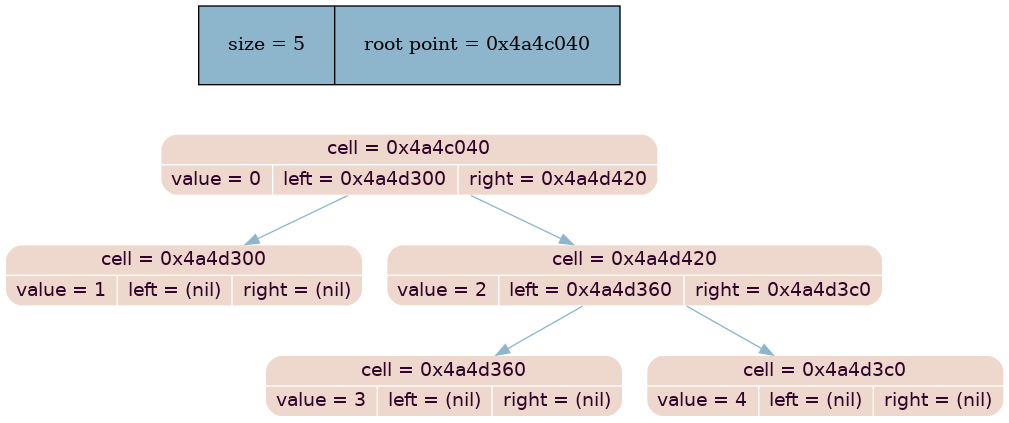
Above: dump_info/tree_dump.png in MaxGroshev/differentiator (Graphviz), before the change. Its source is kept beside it as dump_info/tree_dump.dot. Its diagram source:
```dot
digraph
{
rankdir = ""
splines = "true"

node_stat [margin = "0.3*0.3", style = "filled", shape = "record", fillcolor = "#8DB6CD" label = " size = 5 | root point = 0x4a4c040"]
{rank = source; node_stat}

node0x4a4c040 [shape = "Mrecord", fillcolor = "#eed8cd", style = "filled", fontcolor = "#31032A", fontname = "Calibri", color = "white", label = "{cell = 0x4a4c040\n | {value = 0 |left = 0x4a4d300 |right = 0x4a4d420}}"]
node0x4a4c040 -> node0x4a4d300 [color = "#8DB6CD", style = "", constraint = true, fillcolor = "#8DB6CD",   fontcolor = "", fontname = "Calibri", label = ""];
node0x4a4d300 [shape = "Mrecord", fillcolor = "#eed8cd", style = "filled", fontcolor = "#31032A", fontname = "Calibri", color = "white", label = "{cell = 0x4a4d300\n | {value = 1 |left = (nil) |right = (nil)}}"]
node0x4a4c040 -> node0x4a4d420 [color = "#8DB6CD", style = "", constraint = true, fillcolor = "#8DB6CD",   fontcolor = "", fontname = "Calibri", label = ""];
node0x4a4d420 [shape = "Mrecord", fillcolor = "#eed8cd", style = "filled", fontcolor = "#31032A", fontname = "Calibri", color = "white", label = "{cell = 0x4a4d420\n | {value = 2 |left = 0x4a4d360 |right = 0x4a4d3c0}}"]
node0x4a4d420 -> node0x4a4d360 [color = "#8DB6CD", style = "", constraint = true, fillcolor = "#8DB6CD",   fontcolor = "", fontname = "Calibri", label = ""];
node0x4a4d360 [shape = "Mrecord", fillcolor = "#eed8cd", style = "filled", fontcolor = "#31032A", fontname = "Calibri", color = "white", label = "{cell = 0x4a4d360\n | {value = 3 |left = (nil) |right = (nil)}}"]
node0x4a4d420 -> node0x4a4d3c0 [color = "#8DB6CD", style = "", constraint = true, fillcolor = "#8DB6CD",   fontcolor = "", fontname = "Calibri", label = ""];
node0x4a4d3c0 [shape = "Mrecord", fillcolor = "#eed8cd", style = "filled", fontcolor = "#31032A", fontname = "Calibri", color = "white", label = "{cell = 0x4a4d3c0\n | {value = 4 |left = (nil) |right = (nil)}}"]
}
```
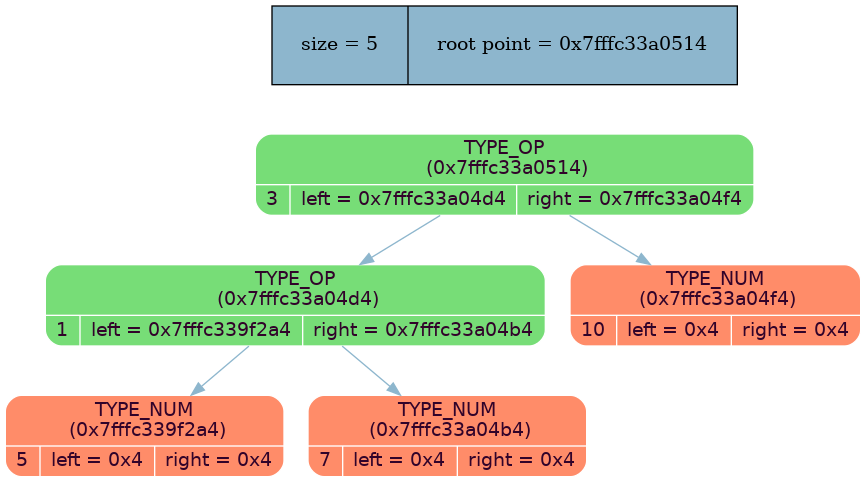
After the change.

Commit message:
preorder writing of tree

The edit, as a diff of the source:
```diff
@@ -3,16 +3,16 @@
 rankdir = ""
 splines = "true"
 
-node_stat [margin = "0.3*0.3", style = "filled", shape = "record", fillcolor = "#8DB6CD" label = " size = 5 | root point = 0x4a4c040"]
+node_stat [margin = "0.3*0.3", style = "filled", shape = "record", fillcolor = "#8DB6CD" label = " size = 5 | root point = 0x7ffff631d514"]
 {rank = source; node_stat}
 
-node0x4a4c040 [shape = "Mrecord", fillcolor = "#eed8cd", style = "filled", fontcolor = "#31032A", fontname = "Calibri", color = "white", label = "{cell = 0x4a4c040\n | {value = 0 |left = 0x4a4d300 |right = 0x4a4d420}}"]
-node0x4a4c040 -> node0x4a4d300 [color = "#8DB6CD", style = "", constraint = true, fillcolor = "#8DB6CD",   fontcolor = "", fontname = "Calibri", label = ""];
-node0x4a4d300 [shape = "Mrecord", fillcolor = "#eed8cd", style = "filled", fontcolor = "#31032A", fontname = "Calibri", color = "white", label = "{cell = 0x4a4d300\n | {value = 1 |left = (nil) |right = (nil)}}"]
-node0x4a4c040 -> node0x4a4d420 [color = "#8DB6CD", style = "", constraint = true, fillcolor = "#8DB6CD",   fontcolor = "", fontname = "Calibri", label = ""];
-node0x4a4d420 [shape = "Mrecord", fillcolor = "#eed8cd", style = "filled", fontcolor = "#31032A", fontname = "Calibri", color = "white", label = "{cell = 0x4a4d420\n | {value = 2 |left = 0x4a4d360 |right = 0x4a4d3c0}}"]
-node0x4a4d420 -> node0x4a4d360 [color = "#8DB6CD", style = "", constraint = true, fillcolor = "#8DB6CD",   fontcolor = "", fontname = "Calibri", label = ""];
-node0x4a4d360 [shape = "Mrecord", fillcolor = "#eed8cd", style = "filled", fontcolor = "#31032A", fontname = "Calibri", color = "white", label = "{cell = 0x4a4d360\n | {value = 3 |left = (nil) |right = (nil)}}"]
-node0x4a4d420 -> node0x4a4d3c0 [color = "#8DB6CD", style = "", constraint = true, fillcolor = "#8DB6CD",   fontcolor = "", fontname = "Calibri", label = ""];
-node0x4a4d3c0 [shape = "Mrecord", fillcolor = "#eed8cd", style = "filled", fontcolor = "#31032A", fontname = "Calibri", color = "white", label = "{cell = 0x4a4d3c0\n | {value = 4 |left = (nil) |right = (nil)}}"]
+node0x7ffff631d514 [shape = "Mrecord", fillcolor = "#77DD77", style = "filled", fontcolor = "#31032A", fontname = "Calibri", color = "white", label = "{TYPE_OP\n (0x7ffff631d514)| {3 |left = 0x7ffff631d4d4 |right = 0x7ffff631d4f4}}"]
+node0x7ffff631d514 -> node0x7ffff631d4d4 [color = "#8DB6CD", style = "", constraint = true, fillcolor = "#8DB6CD",   fontcolor = "", fontname = "Calibri", label = ""];
+node0x7ffff631d4d4 [shape = "Mrecord", fillcolor = "#77DD77", style = "filled", fontcolor = "#31032A", fontname = "Calibri", color = "white", label = "{TYPE_OP\n (0x7ffff631d4d4)| {1 |left = 0x7ffff631c2a4 |right = 0x7ffff631d4b4}}"]
+node0x7ffff631d4d4 -> node0x7ffff631c2a4 [color = "#8DB6CD", style = "", constraint = true, fillcolor = "#8DB6CD",   fontcolor = "", fontname = "Calibri", label = ""];
+node0x7ffff631c2a4 [shape = "Mrecord", fillcolor = "#FF8C69", style = "filled", fontcolor = "#31032A", fontname = "Calibri", color = "white", label = "{TYPE_NUM\n (0x7ffff631c2a4)| {5 |left = 0x4 |right = 0x4}}"]
+node0x7ffff631d4d4 -> node0x7ffff631d4b4 [color = "#8DB6CD", style = "", constraint = true, fillcolor = "#8DB6CD",   fontcolor = "", fontname = "Calibri", label = ""];
+node0x7ffff631d4b4 [shape = "Mrecord", fillcolor = "#FF8C69", style = "filled", fontcolor = "#31032A", fontname = "Calibri", color = "white", label = "{TYPE_NUM\n (0x7ffff631d4b4)| {7 |left = 0x4 |right = 0x4}}"]
+node0x7ffff631d514 -> node0x7ffff631d4f4 [color = "#8DB6CD", style = "", constraint = true, fillcolor = "#8DB6CD",   fontcolor = "", fontname = "Calibri", label = ""];
+node0x7ffff631d4f4 [shape = "Mrecord", fillcolor = "#FF8C69", style = "filled", fontcolor = "#31032A", fontname = "Calibri", color = "white", label = "{TYPE_NUM\n (0x7ffff631d4f4)| {10 |left = 0x4 |right = 0x4}}"]
 }
```
